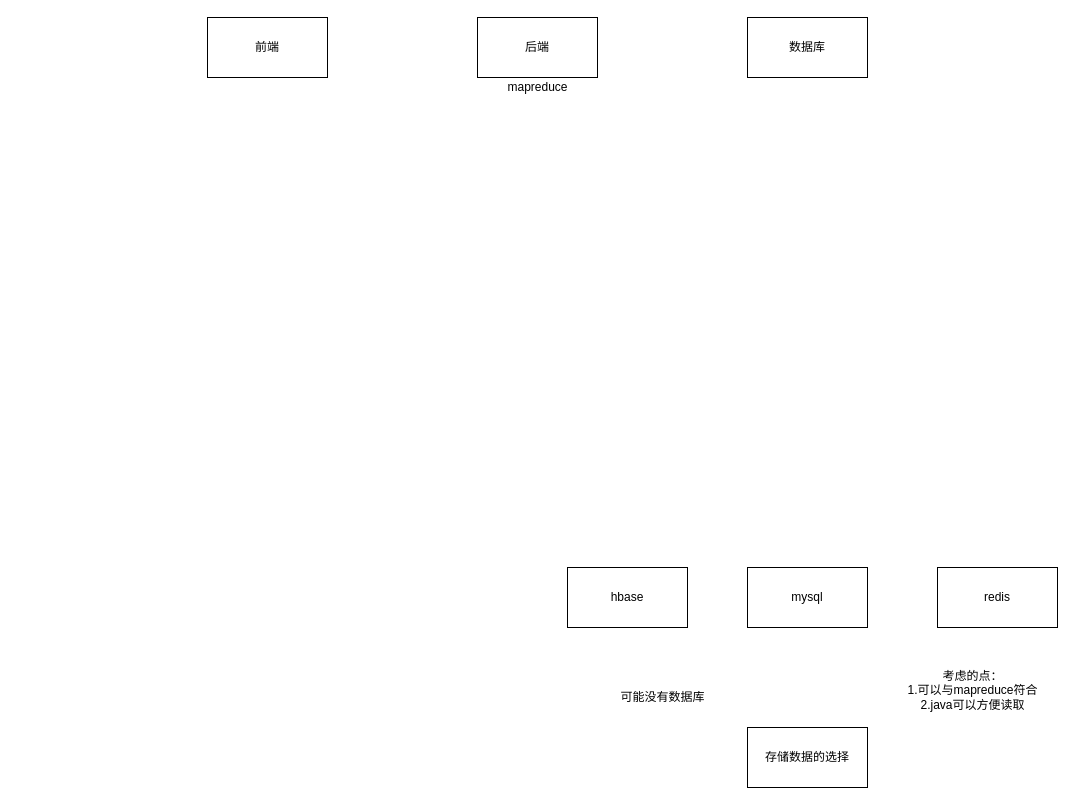
Above: bigdata/road.drawio in Canwaiting/note (draw.io), before the change. Source tidied: cells renumbered, new cells numbered last; positions are measured from the earlier drawing's top-left corner, leaving out a move shared by most shapes. Both pictures are drawn from the tidied source at 100%, with x=0, y=0 at pixel (207, 17).
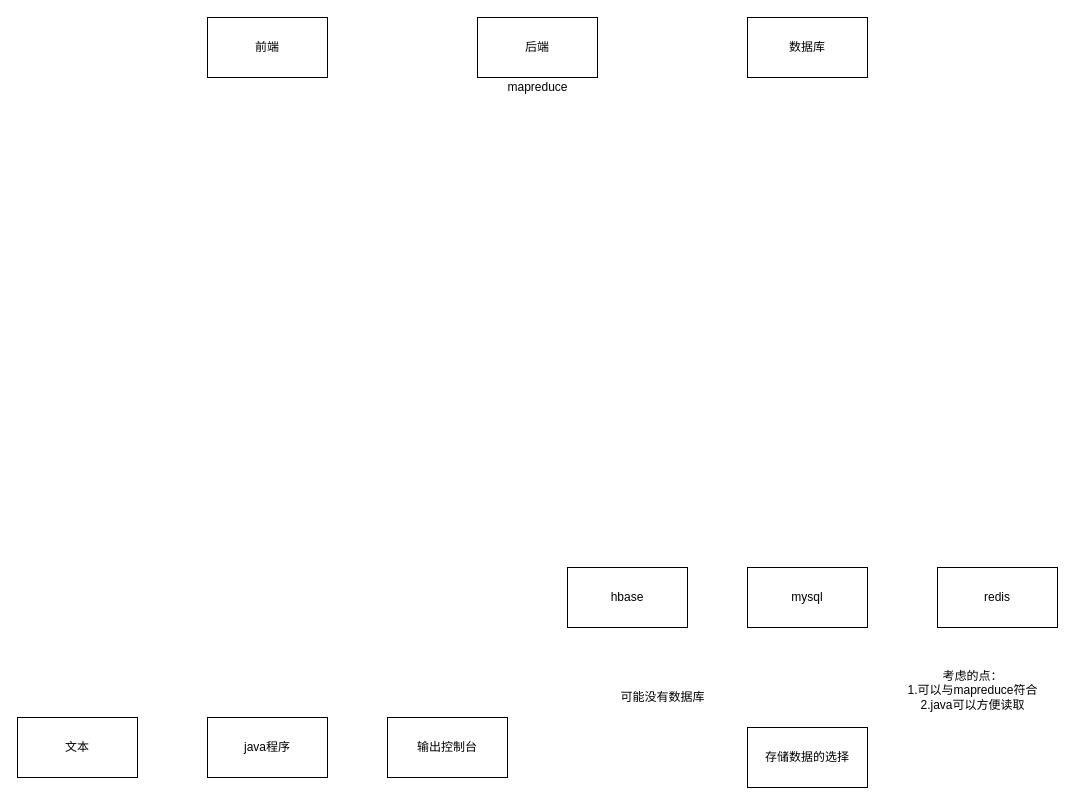
Above is the later version.

The edit, as a diff of the source:
```diff
@@
 <mxGraphModel background="#FFFFFF">
   <root>
     <mxCell id="0" />
     <mxCell id="1" parent="0" />
     <mxCell id="2" value="存储数据的选择" style="whiteSpace=wrap;html=1;" parent="1" vertex="1">
       <mxGeometry x="540" y="710" width="120" height="60" as="geometry" />
     </mxCell>
     <mxCell id="3" value="后端" style="whiteSpace=wrap;html=1;" parent="1" vertex="1">
       <mxGeometry x="270" width="120" height="60" as="geometry" />
     </mxCell>
     <mxCell id="4" value="前端" style="whiteSpace=wrap;html=1;" parent="1" vertex="1">
       <mxGeometry width="120" height="60" as="geometry" />
     </mxCell>
     <mxCell id="5" value="数据库" style="whiteSpace=wrap;html=1;" parent="1" vertex="1">
       <mxGeometry x="540" width="120" height="60" as="geometry" />
     </mxCell>
     <mxCell id="6" value="hbase" style="whiteSpace=wrap;html=1;" parent="1" vertex="1">
       <mxGeometry x="360" y="550" width="120" height="60" as="geometry" />
     </mxCell>
     <mxCell id="7" value="&lt;font color=&quot;#000000&quot;&gt;mapreduce&lt;/font&gt;" style="text;html=1;align=center;verticalAlign=middle;strokeColor=none;" parent="1" vertex="1">
       <mxGeometry x="290" y="60" width="80" height="20" as="geometry" />
     </mxCell>
     <mxCell id="8" value="redis" style="whiteSpace=wrap;html=1;" parent="1" vertex="1">
       <mxGeometry x="730" y="550" width="120" height="60" as="geometry" />
     </mxCell>
     <mxCell id="9" value="mysql" style="whiteSpace=wrap;html=1;" parent="1" vertex="1">
       <mxGeometry x="540" y="550" width="120" height="60" as="geometry" />
     </mxCell>
     <mxCell id="10" value="&lt;font color=&quot;#000000&quot;&gt;考虑的点：&lt;br&gt;1.可以与mapreduce符合&lt;br&gt;2.java可以方便读取&lt;br&gt;&amp;nbsp;&lt;br&gt;&lt;/font&gt;" style="text;html=1;align=center;verticalAlign=middle;strokeColor=none;" parent="1" vertex="1">
       <mxGeometry x="690" y="650" width="150" height="60" as="geometry" />
     </mxCell>
     <mxCell id="11" value="&lt;font color=&quot;#000000&quot;&gt;可能没有数据库&lt;br&gt;&lt;/font&gt;" style="text;html=1;align=center;verticalAlign=middle;strokeColor=none;" parent="1" vertex="1">
       <mxGeometry x="405" y="670" width="100" height="20" as="geometry" />
     </mxCell>
+    <mxCell id="12" value="java程序" style="whiteSpace=wrap;html=1;" parent="1" vertex="1">
+      <mxGeometry y="700" width="120" height="60" as="geometry" />
+    </mxCell>
+    <mxCell id="13" value="文本" style="whiteSpace=wrap;html=1;" parent="1" vertex="1">
+      <mxGeometry x="-190" y="700" width="120" height="60" as="geometry" />
+    </mxCell>
+    <mxCell id="14" value="输出控制台" style="whiteSpace=wrap;html=1;" parent="1" vertex="1">
+      <mxGeometry x="180" y="700" width="120" height="60" as="geometry" />
+    </mxCell>
   </root>
 </mxGraphModel>
```
